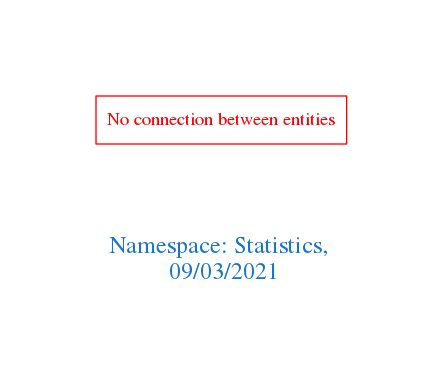
This is downloads/Statistics.png from arago/OGIT, a Graphviz export, as it was before one commit. Its source is kept beside it as downloads/Statistics.dot.
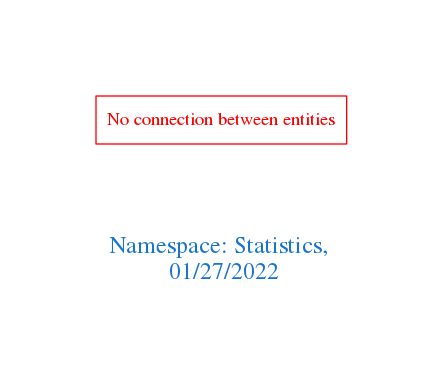
Later version of the same file.

The edit, as a diff of the source:
```diff
@@ -1,7 +1,7 @@
 digraph OGIT_ontology {
  graph [ rankdir= LR,pad=1
 fontsize = 18,
-fontcolor= dodgerblue3,label = "\n\n\nNamespace: Statistics, \n 09/03/2021"];
+fontcolor= dodgerblue3,label = "\n\n\nNamespace: Statistics, \n 01/27/2022"];
 node[shape=polygon];
 edge [  color="gray81"];
 
```
